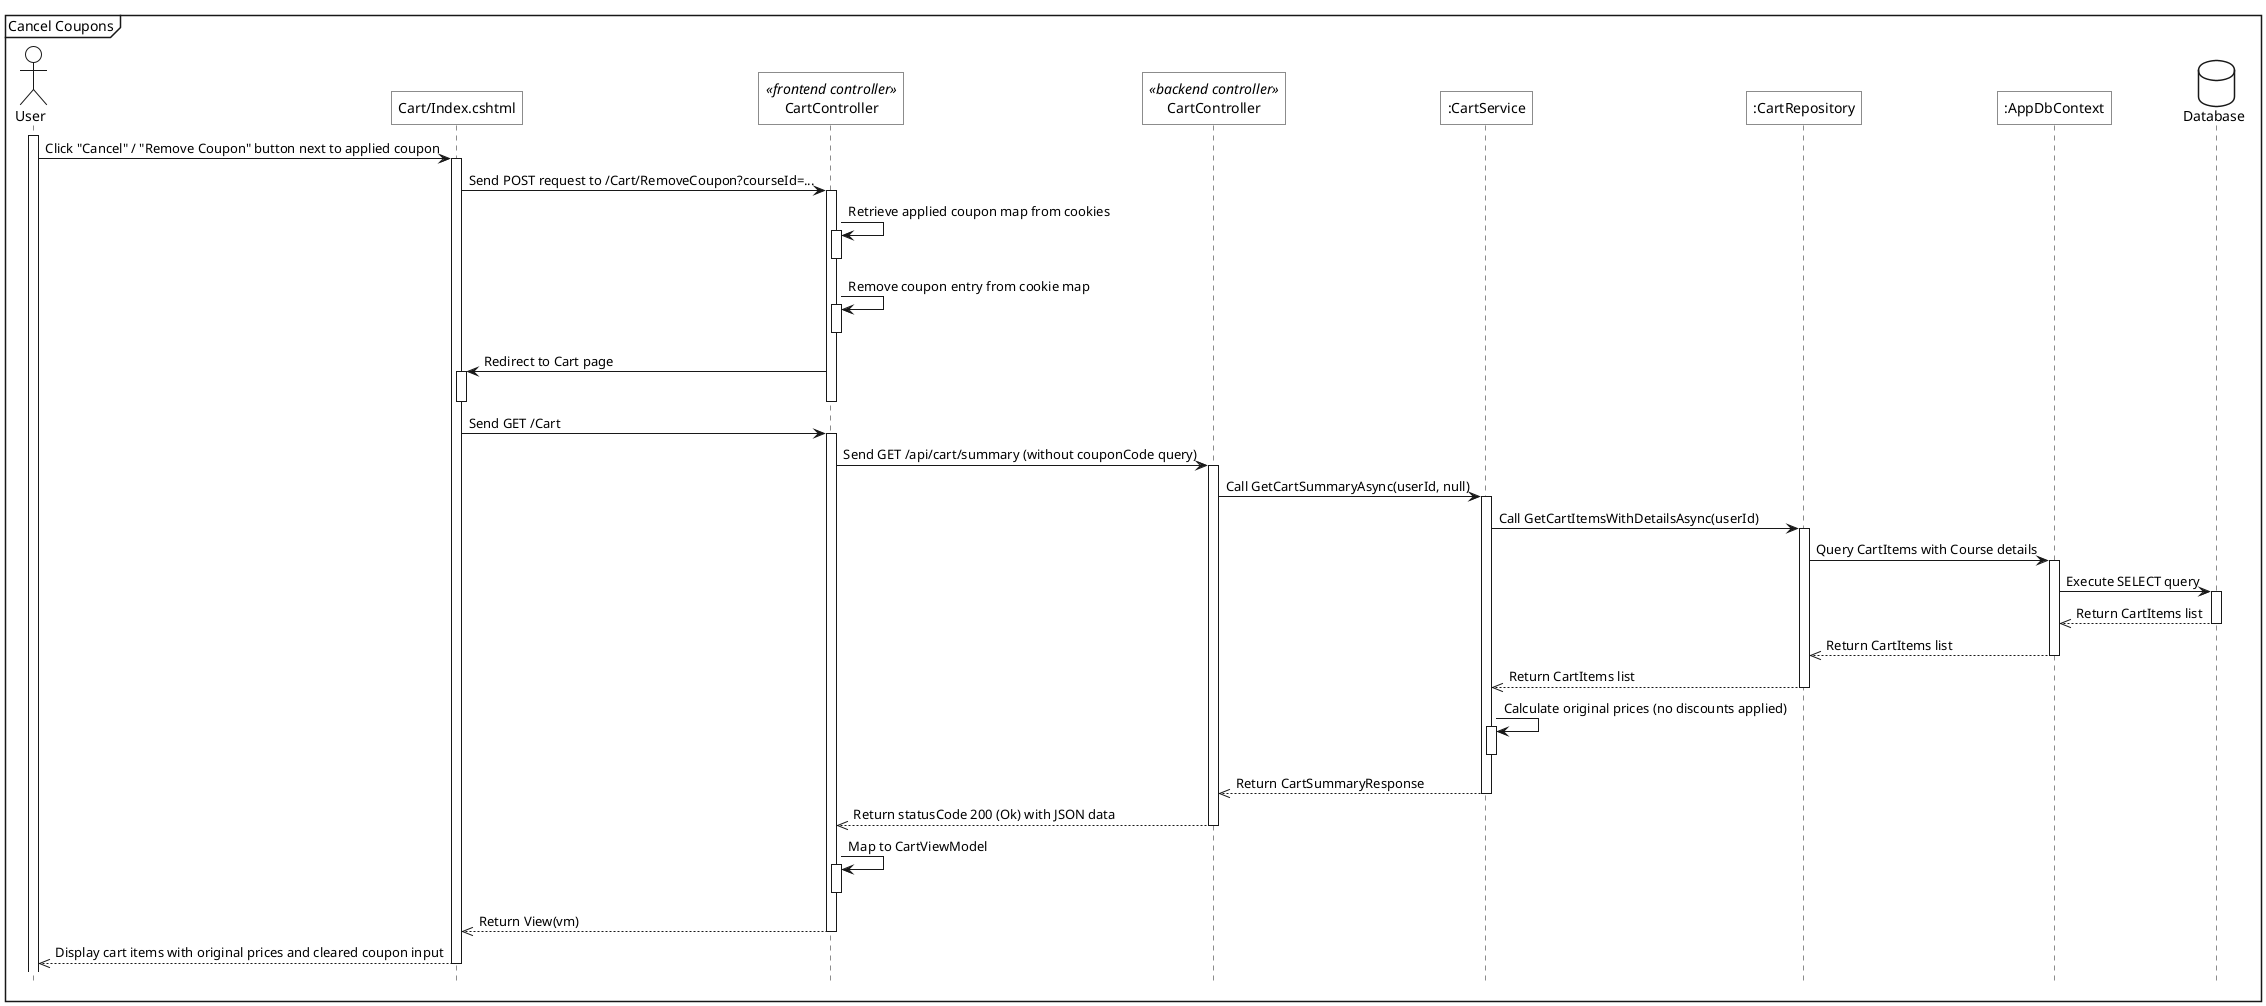
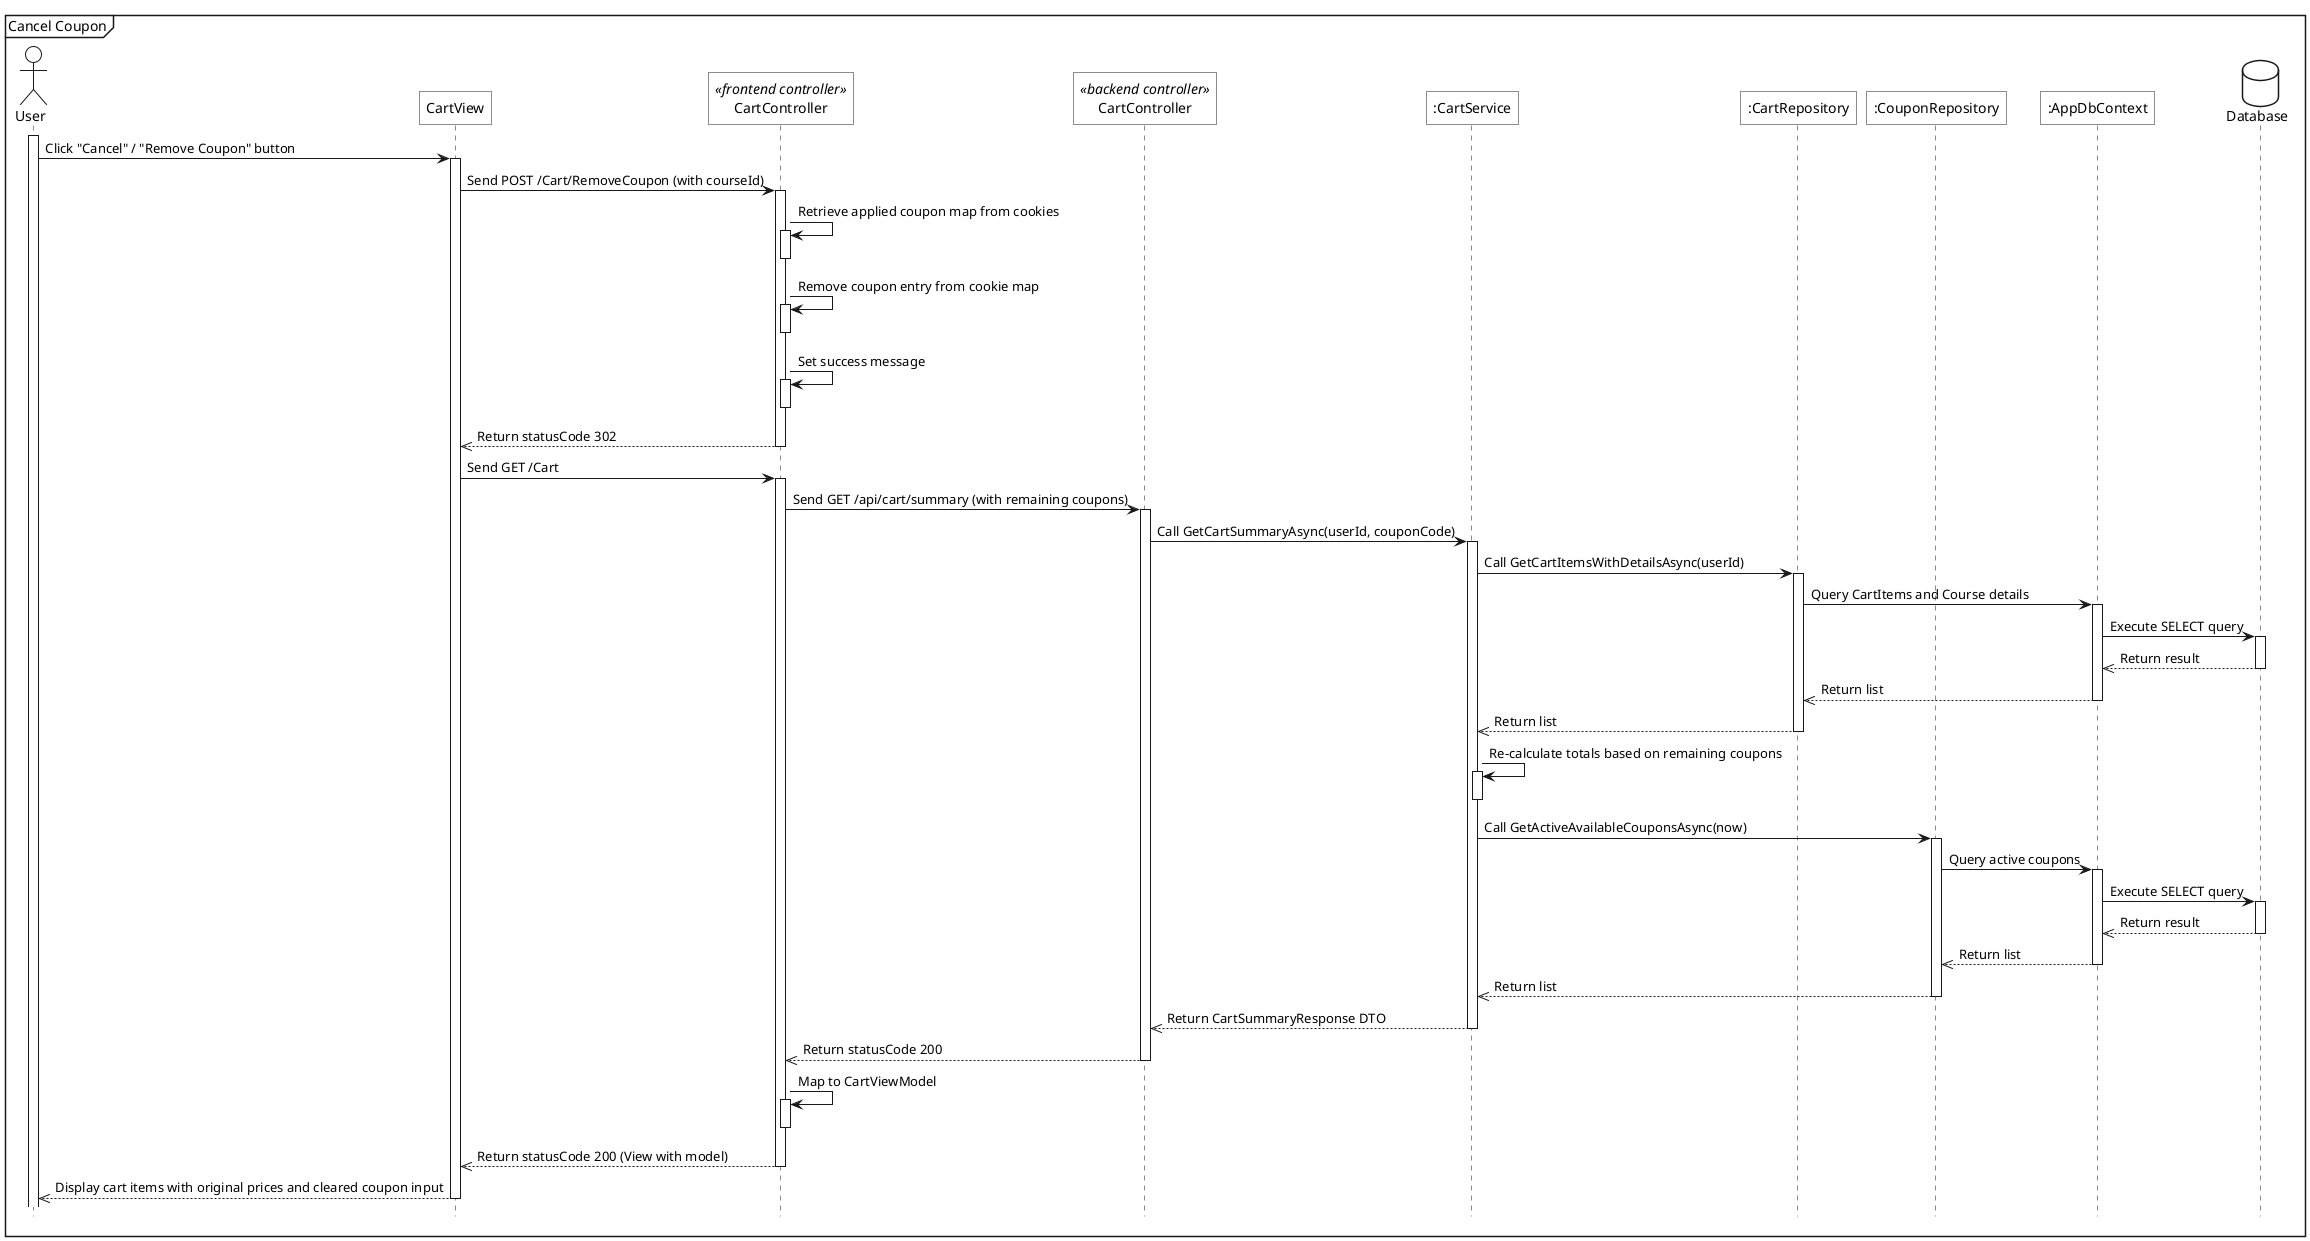
@startuml
<style>
    sequenceDiagram{
        actor{
            BackgroundColor white
            LineThickness 1.0
        }
        participant{
            BackgroundColor white
            RoundCorner 0
        }
        database{
            BackgroundColor white
        }
        groupHeader{
            BackgroundColor white
        }
        referenceHeader{
            BackgroundColor white
        }
        reference{
            BackgroundColor white
        }
    }
</style>

hide footbox

- mainframe Cancel Coupons
+ mainframe Cancel Coupon
actor User as act

- participant "Cart/Index.cshtml" as view
+ participant "CartView" as view
participant "CartController" as fe_ctrl <<frontend controller>>
participant "CartController" as be_ctrl <<backend controller>>
participant ":CartService" as sv
- participant ":CartRepository" as repo
+ participant ":CartRepository" as cart_repo
+ participant ":CouponRepository" as coupon_repo
participant ":AppDbContext" as ctx
database Database as db

act++
- act->view++: Click "Cancel" / "Remove Coupon" button next to applied coupon
- view->fe_ctrl++: Send POST request to /Cart/RemoveCoupon?courseId=...
+ act->view++: Click "Cancel" / "Remove Coupon" button
+ view->fe_ctrl++: Send POST /Cart/RemoveCoupon (with courseId)

fe_ctrl->fe_ctrl++: Retrieve applied coupon map from cookies
fe_ctrl--
fe_ctrl->fe_ctrl++: Remove coupon entry from cookie map
fe_ctrl--
+ fe_ctrl->fe_ctrl++: Set success message
+ fe_ctrl--

- fe_ctrl -> view++: Redirect to Cart page
- deactivate fe_ctrl
- deactivate view
- 
+ fe_ctrl-->>view--: Return statusCode 302
view->fe_ctrl++: Send GET /Cart

- fe_ctrl->be_ctrl++: Send GET /api/cart/summary (without couponCode query)
+ fe_ctrl->be_ctrl++: Send GET /api/cart/summary (with remaining coupons)

- be_ctrl->sv++: Call GetCartSummaryAsync(userId, null)
- sv->repo++: Call GetCartItemsWithDetailsAsync(userId)
- repo->ctx++: Query CartItems with Course details
+ be_ctrl->sv++: Call GetCartSummaryAsync(userId, couponCode)
+ 
+ sv->cart_repo++: Call GetCartItemsWithDetailsAsync(userId)
+ cart_repo->ctx++: Query CartItems and Course details
ctx->db++: Execute SELECT query
- db-->>ctx--: Return CartItems list
- ctx-->>repo--: Return CartItems list
- repo-->>sv--: Return CartItems list
+ db-->>ctx--: Return result
+ ctx-->>cart_repo--: Return list
+ cart_repo-->>sv--: Return list

- sv->sv++: Calculate original prices (no discounts applied)
+ sv->sv++: Re-calculate totals based on remaining coupons
sv--

- sv-->>be_ctrl--: Return CartSummaryResponse
- be_ctrl-->>fe_ctrl--: Return statusCode 200 (Ok) with JSON data
+ sv->coupon_repo++: Call GetActiveAvailableCouponsAsync(now)
+ coupon_repo->ctx++: Query active coupons
+ ctx->db++: Execute SELECT query
+ db-->>ctx--: Return result
+ ctx-->>coupon_repo--: Return list
+ coupon_repo-->>sv--: Return list
+ 
+ sv-->>be_ctrl--: Return CartSummaryResponse DTO
+ be_ctrl-->>fe_ctrl--: Return statusCode 200

fe_ctrl->fe_ctrl++: Map to CartViewModel
fe_ctrl--
- fe_ctrl-->>view--: Return View(vm)
+ 
+ fe_ctrl-->>view--: Return statusCode 200 (View with model)
view-->>act--: Display cart items with original prices and cleared coupon input
@enduml
